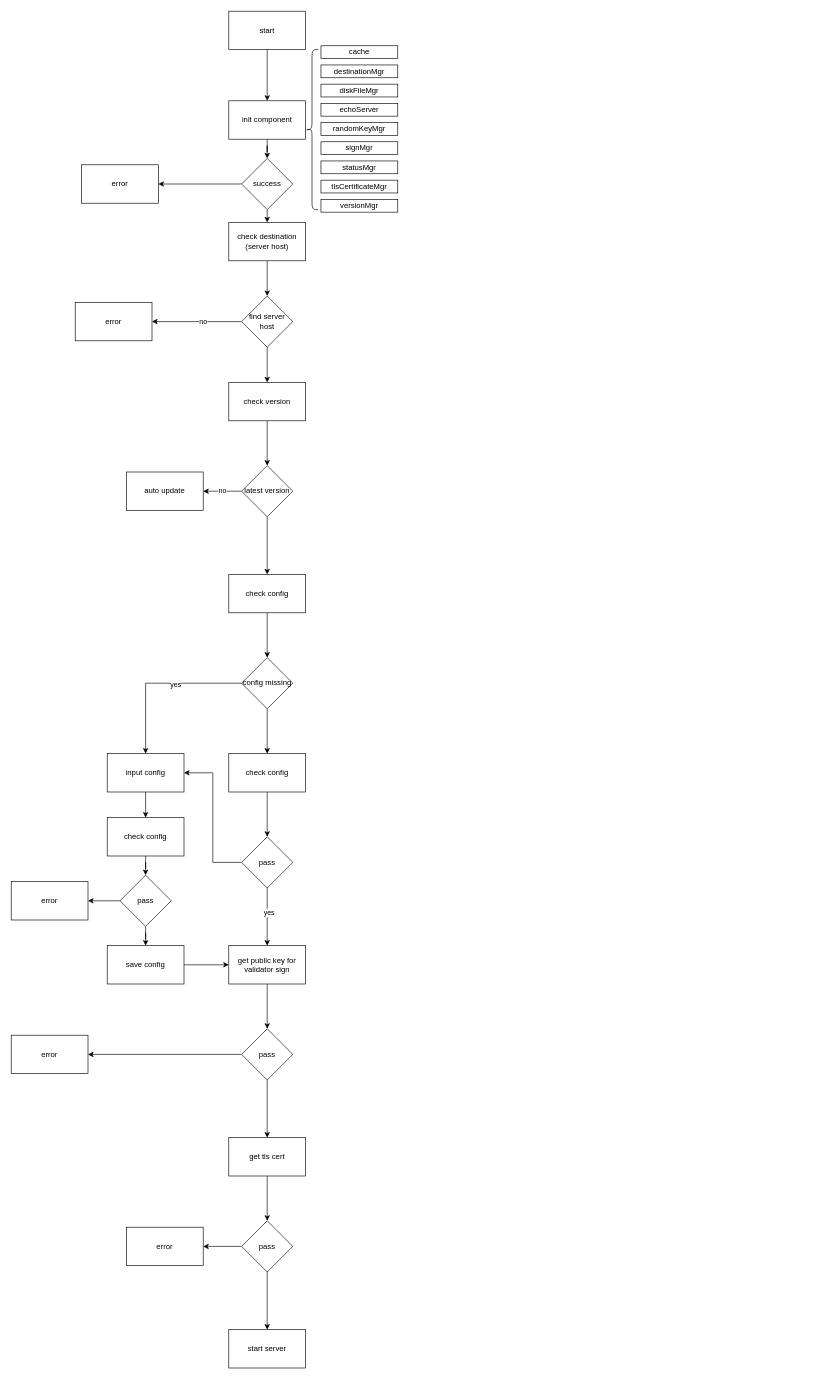
Earlier version of the draw.io diagram flowchart.drawio (daqnext/meson.network-lts-terminal). Source tidied: cells renumbered, new cells numbered last; positions are measured from the earlier drawing's top-left corner, leaving out a move shared by most shapes. Both pictures are drawn from the tidied source at 64%, with x=0, y=0 at pixel (11, 11).
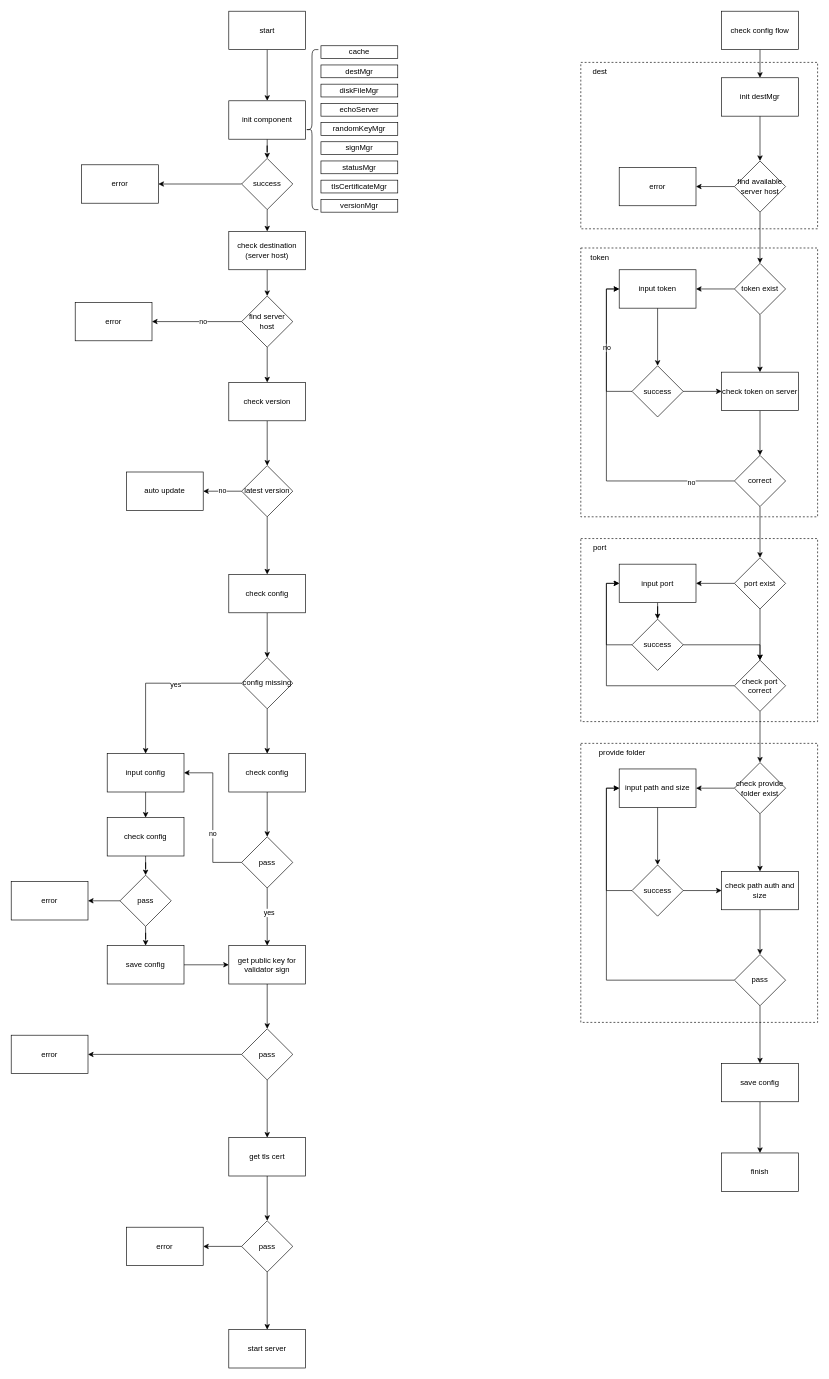
Above is the later version.

Unchanged cells that the change refers to:
```xml
<mxCell id="51" style="edgeStyle=orthogonalEdgeStyle;rounded=0;jettySize=auto;html=1;exitX=0;exitY=0.5;exitDx=0;exitDy=0;entryX=1;entryY=0.5;entryDx=0;entryDy=0;" parent="1" edge="1" source="52" target="36">
  <mxGeometry relative="1" as="geometry" />
</mxCell>
```

Change to the diagram source:
```diff
@@
+    <mxCell id="68" style="rounded=0;whiteSpace=wrap;html=1;dashed=1;fillColor=none;" parent="1" vertex="1">
+      <mxGeometry x="890" y="80" width="370" height="260" as="geometry" />
+    </mxCell>
@@
-    <mxCell id="7" value="destinationMgr" style="rounded=0;whiteSpace=wrap;html=1;align=center;" parent="1" vertex="1">
+    <mxCell id="7" value="destMgr" style="rounded=0;whiteSpace=wrap;html=1;align=center;" parent="1" vertex="1">
       <mxGeometry x="484" y="84" width="120" height="20" as="geometry" />
     </mxCell>
@@
     <mxCell id="17" value="check destination&lt;br&gt;(server host)" style="whiteSpace=wrap;html=1;rounded=0;" parent="1" vertex="1">
-      <mxGeometry x="340" y="330" width="120" height="60" as="geometry" />
+      <mxGeometry x="340" y="344" width="120" height="60" as="geometry" />
     </mxCell>
@@
+    <mxCell id="69" value="no" style="edgeLabel;html=1;align=center;verticalAlign=middle;" parent="51" vertex="1">
+      <mxGeometry x="-0.22" y="1" relative="1" as="geometry" />
+    </mxCell>
@@
+    <mxCell id="70" style="edgeStyle=orthogonalEdgeStyle;rounded=0;jettySize=auto;html=1;" parent="1" edge="1" source="71" target="73">
+      <mxGeometry relative="1" as="geometry" />
+    </mxCell>
+    <mxCell id="71" value="check config flow" style="rounded=0;whiteSpace=wrap;html=1;" parent="1" vertex="1">
+      <mxGeometry x="1110" width="120" height="60" as="geometry" />
+    </mxCell>
+    <mxCell id="72" style="edgeStyle=orthogonalEdgeStyle;rounded=0;jettySize=auto;html=1;" parent="1" edge="1" source="73" target="76">
+      <mxGeometry relative="1" as="geometry" />
+    </mxCell>
+    <mxCell id="73" value="init destMgr" style="whiteSpace=wrap;html=1;rounded=0;" parent="1" vertex="1">
+      <mxGeometry x="1110" y="104" width="120" height="60" as="geometry" />
+    </mxCell>
+    <mxCell id="74" style="edgeStyle=orthogonalEdgeStyle;rounded=0;jettySize=auto;html=1;" parent="1" edge="1" source="76" target="77">
+      <mxGeometry relative="1" as="geometry" />
+    </mxCell>
+    <mxCell id="75" style="edgeStyle=orthogonalEdgeStyle;rounded=0;jettySize=auto;html=1;" parent="1" edge="1" source="76" target="80">
+      <mxGeometry relative="1" as="geometry" />
+    </mxCell>
+    <mxCell id="76" value="find available server host" style="rhombus;whiteSpace=wrap;html=1;rounded=0;" parent="1" vertex="1">
+      <mxGeometry x="1130" y="234" width="80" height="80" as="geometry" />
+    </mxCell>
+    <mxCell id="77" value="error" style="whiteSpace=wrap;html=1;rounded=0;" parent="1" vertex="1">
+      <mxGeometry x="950" y="244" width="120" height="60" as="geometry" />
+    </mxCell>
+    <mxCell id="78" style="edgeStyle=orthogonalEdgeStyle;rounded=0;jettySize=auto;html=1;" parent="1" edge="1" source="80" target="82">
+      <mxGeometry relative="1" as="geometry" />
+    </mxCell>
+    <mxCell id="79" style="edgeStyle=orthogonalEdgeStyle;rounded=0;jettySize=auto;html=1;entryX=0.5;entryY=0;entryDx=0;entryDy=0;" parent="1" edge="1" source="80" target="88">
+      <mxGeometry relative="1" as="geometry" />
+    </mxCell>
+    <mxCell id="80" value="token exist" style="rhombus;whiteSpace=wrap;html=1;rounded=0;" parent="1" vertex="1">
+      <mxGeometry x="1130" y="394" width="80" height="80" as="geometry" />
+    </mxCell>
+    <mxCell id="81" style="edgeStyle=orthogonalEdgeStyle;rounded=0;jettySize=auto;html=1;" parent="1" edge="1" source="82" target="86">
+      <mxGeometry relative="1" as="geometry" />
+    </mxCell>
+    <mxCell id="82" value="input token" style="whiteSpace=wrap;html=1;rounded=0;" parent="1" vertex="1">
+      <mxGeometry x="950" y="404" width="120" height="60" as="geometry" />
+    </mxCell>
+    <mxCell id="83" style="edgeStyle=orthogonalEdgeStyle;rounded=0;jettySize=auto;html=1;exitX=0;exitY=0.5;exitDx=0;exitDy=0;entryX=0;entryY=0.5;entryDx=0;entryDy=0;" parent="1" edge="1" source="86" target="82">
+      <mxGeometry relative="1" as="geometry" />
+    </mxCell>
+    <mxCell id="84" value="no" style="edgeLabel;html=1;align=center;verticalAlign=middle;" parent="83" vertex="1">
+      <mxGeometry x="-0.01" relative="1" as="geometry" />
+    </mxCell>
+    <mxCell id="85" style="edgeStyle=orthogonalEdgeStyle;rounded=0;jettySize=auto;html=1;exitX=1;exitY=0.5;exitDx=0;exitDy=0;entryX=0;entryY=0.5;entryDx=0;entryDy=0;" parent="1" edge="1" source="86" target="88">
+      <mxGeometry relative="1" as="geometry" />
+    </mxCell>
+    <mxCell id="86" value="success" style="rhombus;whiteSpace=wrap;html=1;rounded=0;" parent="1" vertex="1">
+      <mxGeometry x="970" y="554" width="80" height="80" as="geometry" />
+    </mxCell>
+    <mxCell id="87" style="edgeStyle=orthogonalEdgeStyle;rounded=0;jettySize=auto;html=1;" parent="1" edge="1" source="88" target="92">
+      <mxGeometry relative="1" as="geometry" />
+    </mxCell>
+    <mxCell id="88" value="check token on server" style="rounded=0;whiteSpace=wrap;html=1;" parent="1" vertex="1">
+      <mxGeometry x="1110" y="564" width="120" height="60" as="geometry" />
+    </mxCell>
+    <mxCell id="89" style="edgeStyle=orthogonalEdgeStyle;rounded=0;jettySize=auto;html=1;exitX=0;exitY=0.5;exitDx=0;exitDy=0;entryX=0;entryY=0.5;entryDx=0;entryDy=0;" parent="1" edge="1" source="92" target="82">
+      <mxGeometry relative="1" as="geometry">
+        <Array as="points">
+          <mxPoint x="930" y="734" />
+          <mxPoint x="930" y="434" />
+        </Array>
+      </mxGeometry>
+    </mxCell>
+    <mxCell id="90" value="no" style="edgeLabel;html=1;align=center;verticalAlign=middle;" parent="89" vertex="1">
+      <mxGeometry x="-0.74" y="2" relative="1" as="geometry" />
+    </mxCell>
+    <mxCell id="91" style="edgeStyle=orthogonalEdgeStyle;rounded=0;jettySize=auto;html=1;" parent="1" edge="1" source="92" target="95">
+      <mxGeometry relative="1" as="geometry" />
+    </mxCell>
+    <mxCell id="92" value="correct" style="rhombus;whiteSpace=wrap;html=1;rounded=0;" parent="1" vertex="1">
+      <mxGeometry x="1130" y="694" width="80" height="80" as="geometry" />
+    </mxCell>
+    <mxCell id="93" style="edgeStyle=orthogonalEdgeStyle;rounded=0;jettySize=auto;html=1;" parent="1" edge="1" source="95" target="97">
+      <mxGeometry relative="1" as="geometry" />
+    </mxCell>
+    <mxCell id="94" style="edgeStyle=orthogonalEdgeStyle;rounded=0;jettySize=auto;html=1;" parent="1" edge="1" source="95" target="100">
+      <mxGeometry relative="1" as="geometry" />
+    </mxCell>
+    <mxCell id="95" value="port exist" style="rhombus;whiteSpace=wrap;html=1;rounded=0;" parent="1" vertex="1">
+      <mxGeometry x="1130" y="854" width="80" height="80" as="geometry" />
+    </mxCell>
+    <mxCell id="96" style="edgeStyle=orthogonalEdgeStyle;rounded=0;jettySize=auto;html=1;" parent="1" edge="1" source="97" target="103">
+      <mxGeometry relative="1" as="geometry" />
+    </mxCell>
+    <mxCell id="97" value="input port" style="whiteSpace=wrap;html=1;rounded=0;" parent="1" vertex="1">
+      <mxGeometry x="950" y="864" width="120" height="60" as="geometry" />
+    </mxCell>
+    <mxCell id="98" style="edgeStyle=orthogonalEdgeStyle;rounded=0;jettySize=auto;html=1;exitX=0;exitY=0.5;exitDx=0;exitDy=0;entryX=0;entryY=0.5;entryDx=0;entryDy=0;" parent="1" edge="1" source="100" target="97">
+      <mxGeometry relative="1" as="geometry" />
+    </mxCell>
+    <mxCell id="99" style="edgeStyle=orthogonalEdgeStyle;rounded=0;jettySize=auto;html=1;" parent="1" edge="1" source="100" target="106">
+      <mxGeometry relative="1" as="geometry" />
+    </mxCell>
+    <mxCell id="100" value="check port correct" style="rhombus;whiteSpace=wrap;html=1;rounded=0;" parent="1" vertex="1">
+      <mxGeometry x="1130" y="1014" width="80" height="80" as="geometry" />
+    </mxCell>
+    <mxCell id="101" style="edgeStyle=orthogonalEdgeStyle;rounded=0;jettySize=auto;html=1;exitX=0;exitY=0.5;exitDx=0;exitDy=0;entryX=0;entryY=0.5;entryDx=0;entryDy=0;" parent="1" edge="1" source="103" target="97">
+      <mxGeometry relative="1" as="geometry" />
+    </mxCell>
+    <mxCell id="102" style="edgeStyle=orthogonalEdgeStyle;rounded=0;jettySize=auto;html=1;exitX=1;exitY=0.5;exitDx=0;exitDy=0;entryX=0.5;entryY=0;entryDx=0;entryDy=0;" parent="1" edge="1" source="103" target="100">
+      <mxGeometry relative="1" as="geometry" />
+    </mxCell>
+    <mxCell id="103" value="success" style="rhombus;whiteSpace=wrap;html=1;rounded=0;" parent="1" vertex="1">
+      <mxGeometry x="970" y="950" width="80" height="80" as="geometry" />
+    </mxCell>
+    <mxCell id="104" style="edgeStyle=orthogonalEdgeStyle;rounded=0;jettySize=auto;html=1;" parent="1" edge="1" source="106" target="108">
+      <mxGeometry relative="1" as="geometry" />
+    </mxCell>
+    <mxCell id="105" style="edgeStyle=orthogonalEdgeStyle;rounded=0;jettySize=auto;html=1;" parent="1" edge="1" source="106" target="110">
+      <mxGeometry relative="1" as="geometry" />
+    </mxCell>
+    <mxCell id="106" value="check provide folder exist" style="rhombus;whiteSpace=wrap;html=1;rounded=0;" parent="1" vertex="1">
+      <mxGeometry x="1130" y="1174" width="80" height="80" as="geometry" />
+    </mxCell>
+    <mxCell id="107" style="edgeStyle=orthogonalEdgeStyle;rounded=0;jettySize=auto;html=1;" parent="1" edge="1" source="108" target="116">
+      <mxGeometry relative="1" as="geometry" />
+    </mxCell>
+    <mxCell id="108" value="input path and size" style="whiteSpace=wrap;html=1;rounded=0;" parent="1" vertex="1">
+      <mxGeometry x="950" y="1184" width="120" height="60" as="geometry" />
+    </mxCell>
+    <mxCell id="109" style="edgeStyle=orthogonalEdgeStyle;rounded=0;jettySize=auto;html=1;" parent="1" edge="1" source="110" target="113">
+      <mxGeometry relative="1" as="geometry" />
+    </mxCell>
+    <mxCell id="110" value="check path auth and size" style="whiteSpace=wrap;html=1;rounded=0;" parent="1" vertex="1">
+      <mxGeometry x="1110" y="1344" width="120" height="60" as="geometry" />
+    </mxCell>
+    <mxCell id="111" style="edgeStyle=orthogonalEdgeStyle;rounded=0;jettySize=auto;html=1;exitX=0;exitY=0.5;exitDx=0;exitDy=0;entryX=0;entryY=0.5;entryDx=0;entryDy=0;" parent="1" edge="1" source="113" target="108">
+      <mxGeometry relative="1" as="geometry" />
+    </mxCell>
+    <mxCell id="112" style="edgeStyle=orthogonalEdgeStyle;rounded=0;jettySize=auto;html=1;" parent="1" edge="1" source="113" target="118">
+      <mxGeometry relative="1" as="geometry" />
+    </mxCell>
+    <mxCell id="113" value="pass" style="rhombus;whiteSpace=wrap;html=1;rounded=0;" parent="1" vertex="1">
+      <mxGeometry x="1130" y="1474" width="80" height="80" as="geometry" />
+    </mxCell>
+    <mxCell id="114" style="edgeStyle=orthogonalEdgeStyle;rounded=0;jettySize=auto;html=1;exitX=0;exitY=0.5;exitDx=0;exitDy=0;entryX=0;entryY=0.5;entryDx=0;entryDy=0;" parent="1" edge="1" source="116" target="108">
+      <mxGeometry relative="1" as="geometry" />
+    </mxCell>
+    <mxCell id="115" style="edgeStyle=orthogonalEdgeStyle;rounded=0;jettySize=auto;html=1;exitX=1;exitY=0.5;exitDx=0;exitDy=0;entryX=0;entryY=0.5;entryDx=0;entryDy=0;" parent="1" edge="1" source="116" target="110">
+      <mxGeometry relative="1" as="geometry" />
+    </mxCell>
+    <mxCell id="116" value="success" style="rhombus;whiteSpace=wrap;html=1;rounded=0;" parent="1" vertex="1">
+      <mxGeometry x="970" y="1334" width="80" height="80" as="geometry" />
+    </mxCell>
+    <mxCell id="117" style="edgeStyle=orthogonalEdgeStyle;rounded=0;jettySize=auto;html=1;" parent="1" edge="1" source="118" target="119">
+      <mxGeometry relative="1" as="geometry" />
+    </mxCell>
+    <mxCell id="118" value="save config" style="whiteSpace=wrap;html=1;rounded=0;" parent="1" vertex="1">
+      <mxGeometry x="1110" y="1644" width="120" height="60" as="geometry" />
+    </mxCell>
+    <mxCell id="119" value="finish" style="whiteSpace=wrap;html=1;rounded=0;" parent="1" vertex="1">
+      <mxGeometry x="1110" y="1784" width="120" height="60" as="geometry" />
+    </mxCell>
+    <mxCell id="120" style="rounded=0;whiteSpace=wrap;html=1;dashed=1;fillColor=none;" parent="1" vertex="1">
+      <mxGeometry x="890" y="370" width="370" height="420" as="geometry" />
+    </mxCell>
+    <mxCell id="121" style="rounded=0;whiteSpace=wrap;html=1;dashed=1;fillColor=none;" parent="1" vertex="1">
+      <mxGeometry x="890" y="824" width="370" height="286" as="geometry" />
+    </mxCell>
+    <mxCell id="122" style="rounded=0;whiteSpace=wrap;html=1;dashed=1;fillColor=none;" parent="1" vertex="1">
+      <mxGeometry x="890" y="1144" width="370" height="436" as="geometry" />
+    </mxCell>
+    <mxCell id="123" value="dest" style="text;html=1;strokeColor=none;fillColor=none;align=center;verticalAlign=middle;whiteSpace=wrap;rounded=0;dashed=1;" parent="1" vertex="1">
+      <mxGeometry x="890" y="80" width="60" height="30" as="geometry" />
+    </mxCell>
+    <mxCell id="124" value="token" style="text;html=1;strokeColor=none;fillColor=none;align=center;verticalAlign=middle;whiteSpace=wrap;rounded=0;dashed=1;" parent="1" vertex="1">
+      <mxGeometry x="890" y="370" width="60" height="30" as="geometry" />
+    </mxCell>
+    <mxCell id="125" value="port" style="text;html=1;strokeColor=none;fillColor=none;align=center;verticalAlign=middle;whiteSpace=wrap;rounded=0;dashed=1;" parent="1" vertex="1">
+      <mxGeometry x="890" y="824" width="60" height="30" as="geometry" />
+    </mxCell>
+    <mxCell id="126" value="provide folder" style="text;html=1;strokeColor=none;fillColor=none;align=center;verticalAlign=middle;whiteSpace=wrap;rounded=0;dashed=1;" parent="1" vertex="1">
+      <mxGeometry x="890" y="1144" width="130" height="30" as="geometry" />
+    </mxCell>
```
